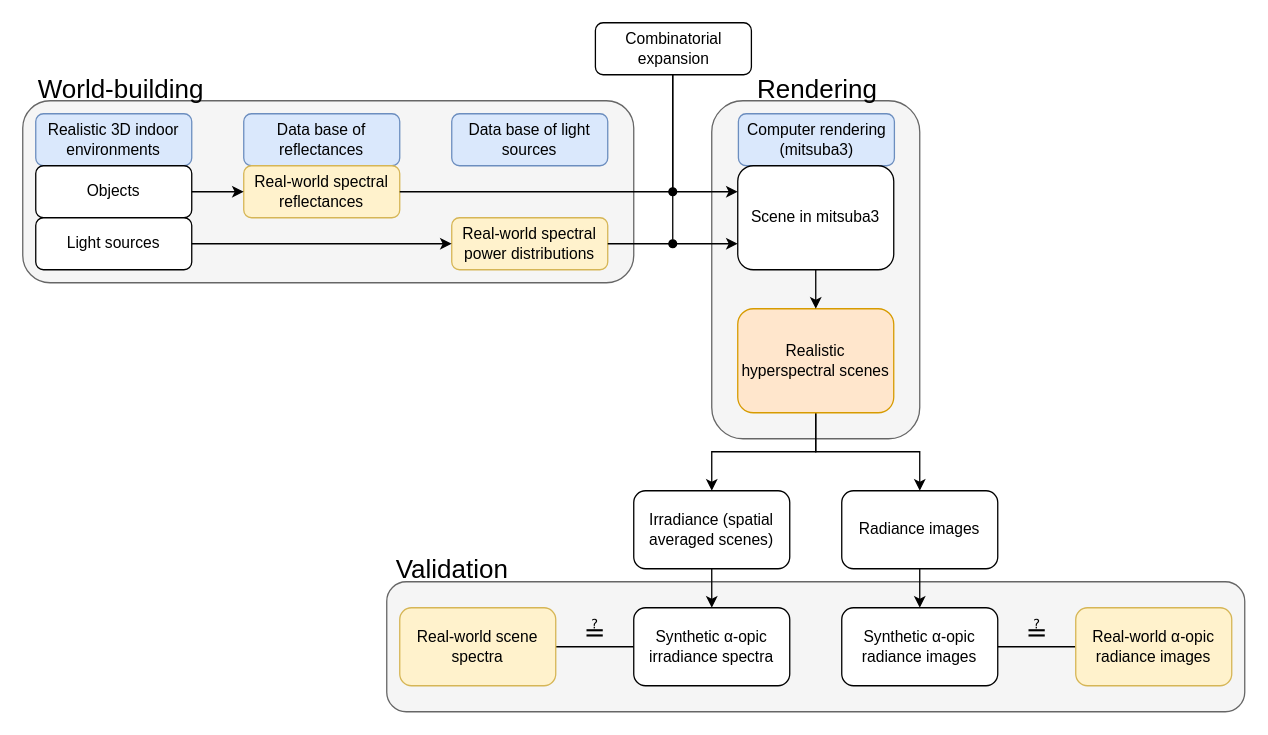
This is rendering.drawio from tscnlab/study_diagrams, a draw.io file, before an edit. Source tidied: cells renumbered, new cells numbered last; positions are measured from the earlier drawing's top-left corner, leaving out a move shared by most shapes. Both pictures are drawn from the tidied source at 130%, with x=0, y=0 at pixel (22, 22).
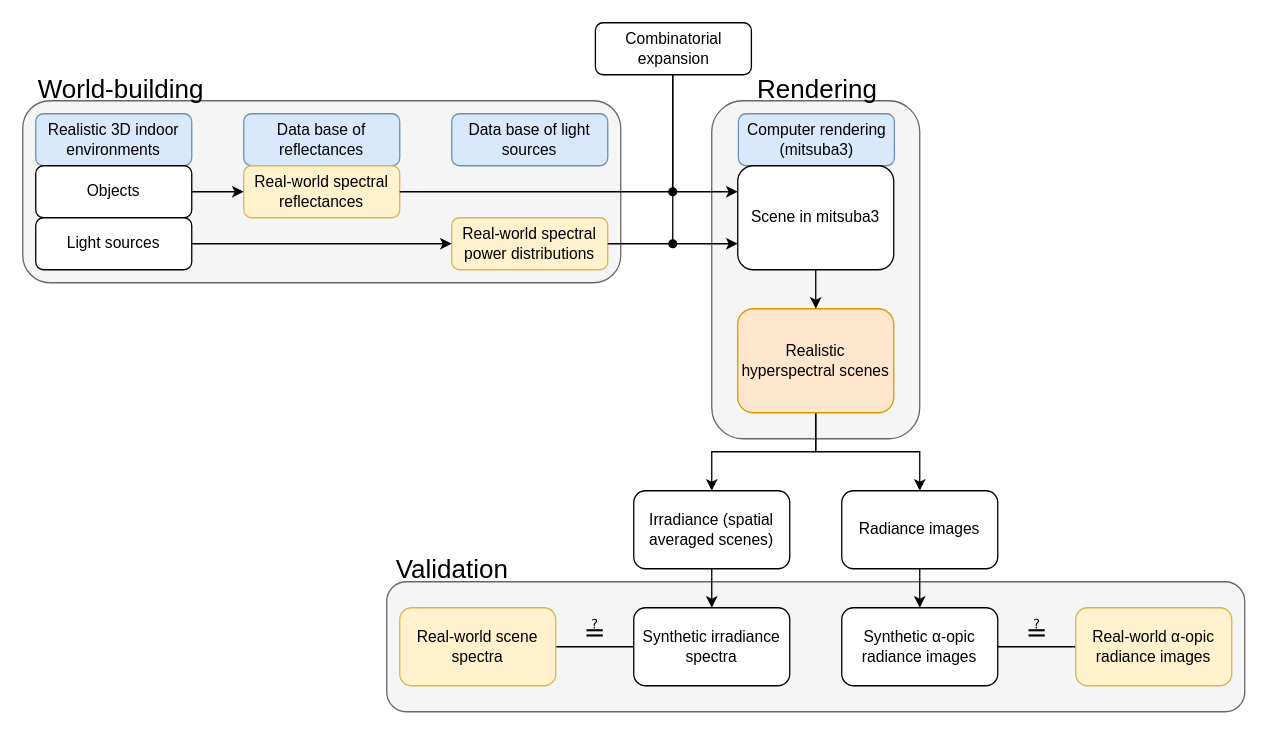
After the change.

Change to the diagram source:
```diff
@@
     <mxCell id="2" style="rounded=1;whiteSpace=wrap;html=1;fillColor=#f5f5f5;fontColor=#333333;strokeColor=#666666;" parent="1" vertex="1">
-      <mxGeometry y="60" width="470" height="140" as="geometry" />
+      <mxGeometry y="60" width="460" height="140" as="geometry" />
     </mxCell>
@@
-    <mxCell id="31" value="Synthetic &lt;span&gt;α-opic &lt;/span&gt;irradiance spectra" style="rounded=1;whiteSpace=wrap;html=1;" parent="1" vertex="1">
+    <mxCell id="31" value="Synthetic&lt;span&gt; &lt;/span&gt;irradiance spectra" style="rounded=1;whiteSpace=wrap;html=1;" parent="1" vertex="1">
       <mxGeometry x="470" y="450" width="120" height="60" as="geometry" />
     </mxCell>
```
